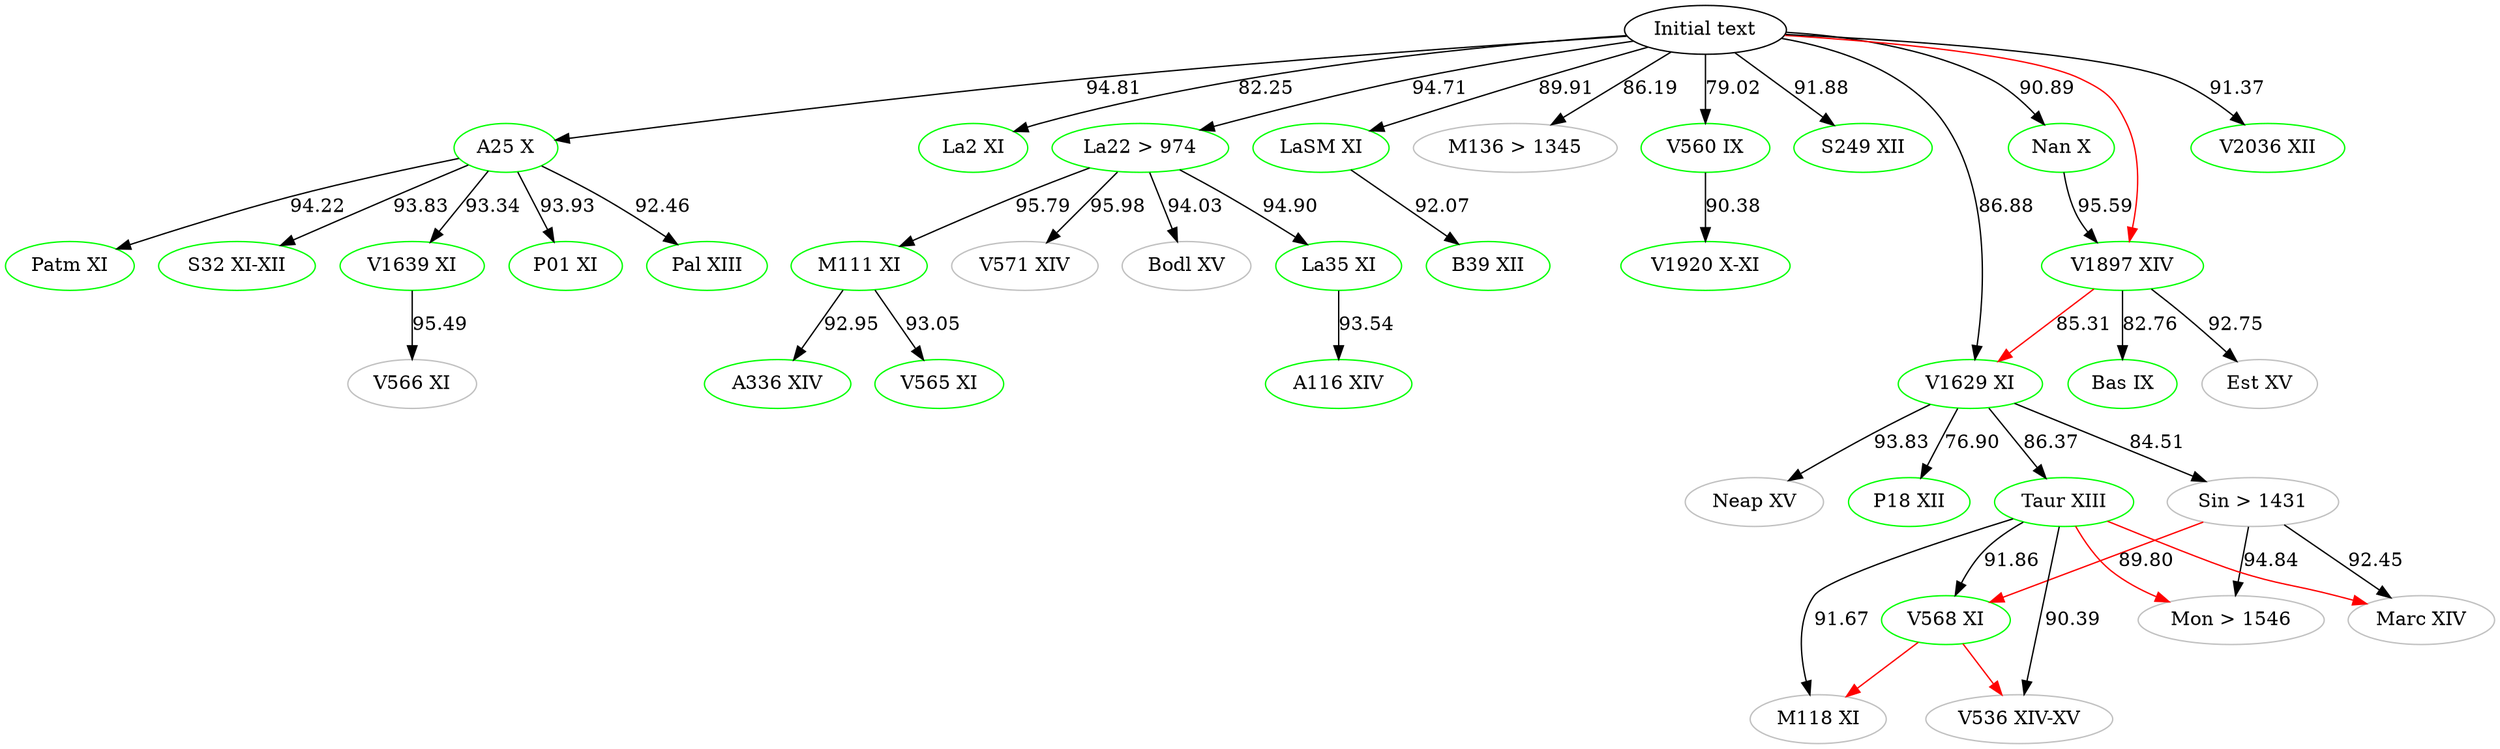
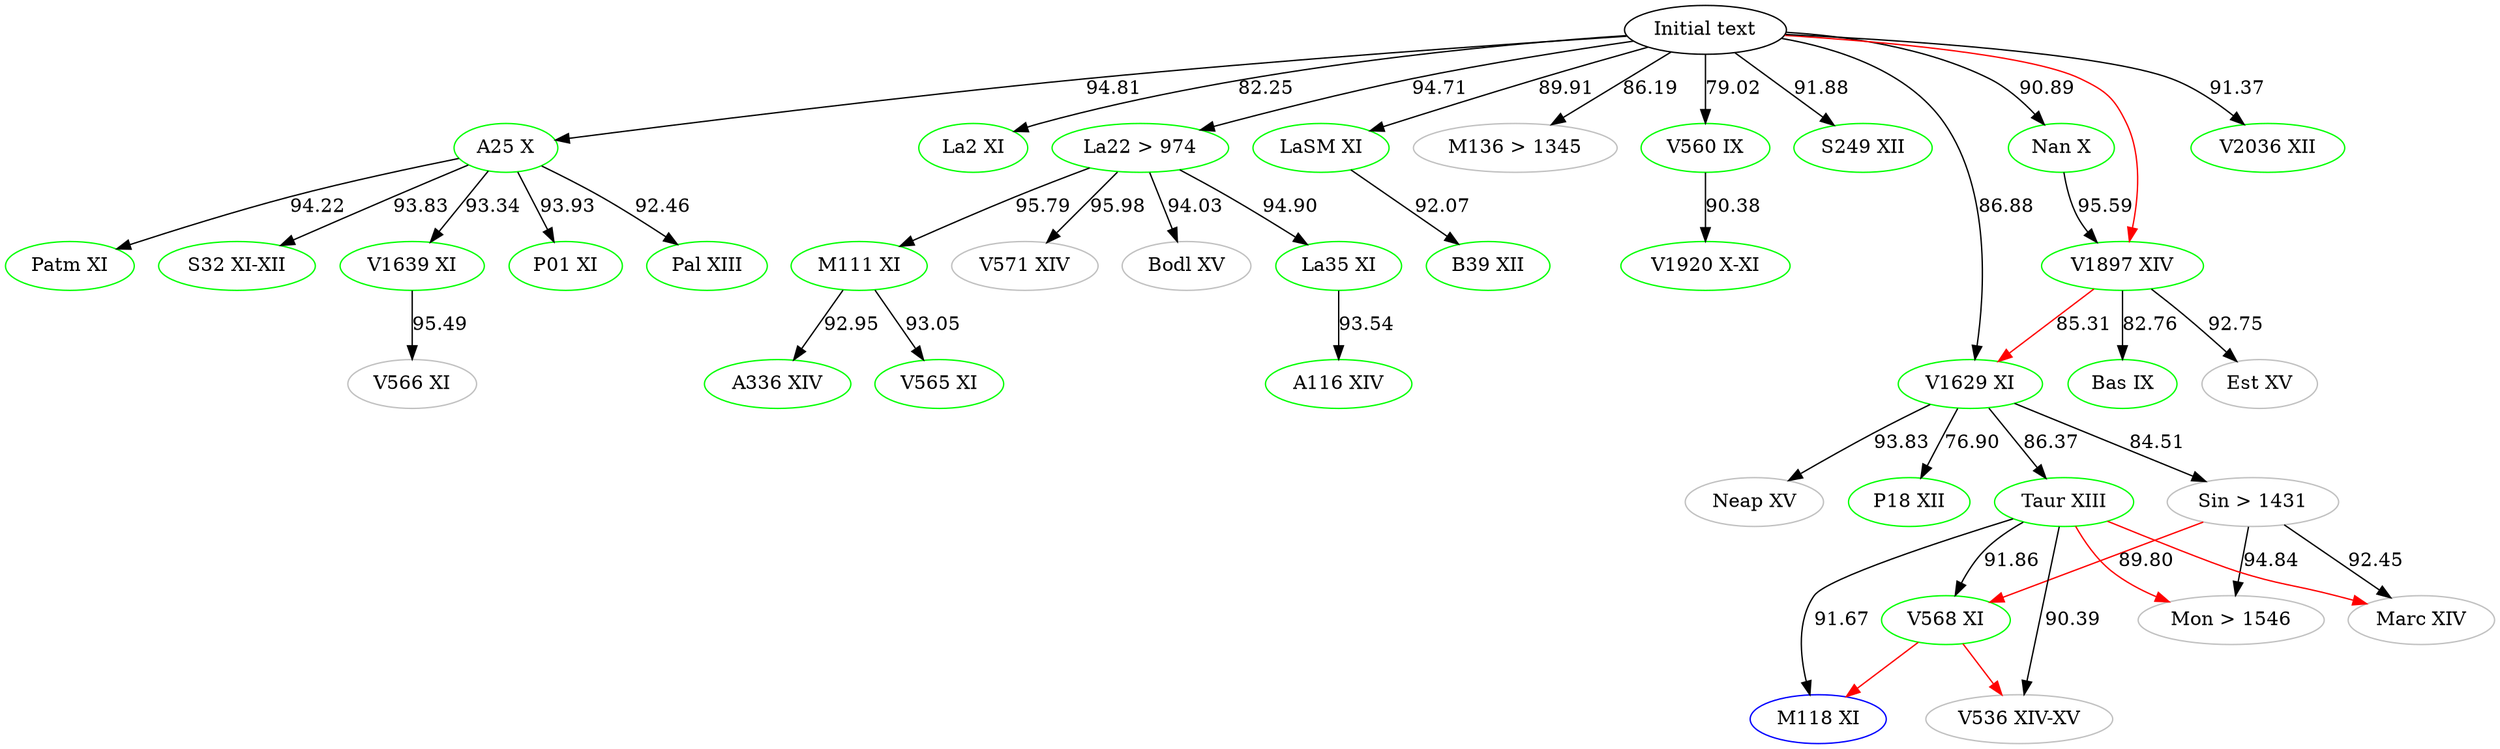
digraph {

    #Top [color="black", label="ω"]
    aBase [color="black", label="Initial text"]
    # Top [color="black", label="Initial text"]
	A116 [label="A116 XIV", color="green"]
	A25 [label="A25 X", color="green"]
	A336 [label="A336 XIV", color="green"]
	B39 [label="B39 XII", color="green"]
	Bas [label="Bas IX", color="green"]
	Bodl [label="Bodl XV", color="grey"]
	Est [label="Est XV", color="grey"]
	La2 [label="La2 XI", color="green"]
	La22 [label="La22 > 974", color="green"]
	La35 [label="La35 XI", color="green"]
	LaSM [label="LaSM XI", color="green"]
	M111 [label="M111 XI", color="green"]
-     M118 [label="M118 XI", color="grey"]
+     M118 [label="M118 XI", color="blue"]
    M136 [label="M136 > 1345", color="grey"]
    Marc [label="Marc XIV", color="grey"]
    Mon [label="Mon > 1546", color="grey"]
	Nan [label="Nan X", color="green"]
    Neap [label="Neap XV", color="grey"]
    P01 [label="P01 XI", color="green"]
    P18 [label="P18 XII", color="green"]
	Pal [label="Pal XIII", color="green"]
	Patm [label="Patm XI", color="green"]
    Sin [label="Sin > 1431", color="grey"]
	S32 [label="S32 XI-XII", color="green"]
    S249 [label="S249 XII", color="green"]
    Taur [label="Taur XIII", color="green"]
    V536 [label="V536 XIV-XV", color="grey"]
	V560 [label="V560 IX", color="green"]
	V565 [label="V565 XI", color="green"]
	V566 [label="V566 XI", color="grey"]
	V568 [label="V568 XI", color="green"]
	V571 [label="V571 XIV", color="grey"]
    V1629 [label="V1629 XI", color="green"]
	V1639 [label="V1639 XI", color="green"]
	V1897 [label="V1897 XIV", color="green"]
	V1920 [label="V1920 X-XI", color="green"]
    V2036 [label="V2036 XII", color="green"]




    #Top -> aBase
    aBase -> A25 [label="94.81"]
    aBase -> M136 [label="86.19"]
    aBase -> V2036 [label="91.37"]
    # V2036 -> Patm [label="91.14", color="blue"]
    aBase -> V1629 [label="86.88"]
    aBase -> V560[label="79.02"]
    aBase -> La2 [label="82.25"]
    aBase -> S249 [label="91.88"]
    aBase -> LaSM [label="89.91"]
	aBase -> La22 [label="94.71"]
    aBase -> Nan [label="90.89"]

	# A25 -> M136 [label="85.50"]
    # M136 -> A25 [label="85.50" color="blue"]
	A25 -> Pal [label="92.46"]
	A25 -> P01 [label="93.93"]
    A25 -> V1639 [label="93.34"]
    A25 -> S32 [label="93.83"]
    A25 -> Patm [label="94.22"]

    #A25 -> La2 [color="red"]
    #A25 -> V566[color="red"]
    #A25 -> LaSM[color="red"]
    #A25 -> La22[color="red"]
    #A25 -> M136[color="red"]
    #A25 -> Nan[color="red"]
    #A25 -> S249[color="red"]
    #A25 -> V2036[color="red"]

    #aBase -> P01 [color="red"]
    #aBase -> Pal [color="red"]
    #aBase -> Patm [color="red"]
    #aBase -> La35[color="red"]
    #aBase -> B39[color="red"]
    #aBase -> V1920[color="red"]
    aBase -> V1897[color="red"]
    #aBase -> Neap[color="red"]

    #Bodl -> V1639[color="red"]
    #Patm -> S32[color="red"]
    #Patm -> V560[color="red"]

    #La22 -> A116[color="red"]
    #La22 -> V565[color="red"]
    #La22 -> A336[color="red"]

    Taur -> Mon[color="red"]
    Taur -> Marc[color="red"]

    Sin -> V568[label="89.80" color="red"]

    V568 -> V536[color="red"]
    V568 -> M118[color="red"]

    #V571 -> Bodl[color="red"]
    #M111 -> V571[color="red"]
    #La35 -> M111[color="red"]
    V1897 -> V1629[label="85.31" color="red"]
    #Nan -> Bas[color="red"]
    #Nan -> Est[color="red"]
    #Neap -> Taur[color="red"]
    #Neap -> Sin[color="red"]
   #Neap -> P18[color="red"]




	V1639 -> V566 [label="95.49"]

	La22 -> La35 [label= "94.90"]
	La22 -> M111 [label="95.79"]
	La22 -> Bodl [label="94.03"]
    La22 -> V571 [label="95.98"]

	La35 -> A116 [label="93.54"]

	M111 -> V565 [label="93.05"]
	M111 -> A336 [label="92.95"]



	Sin -> Marc [label="92.45"]

	V1629 -> Neap [label="93.83"]
	V1629 -> Sin [label="84.51"]
	V1629 -> Taur [label="86.37"]
    V1629 -> P18 [label="76.90"]

	Taur -> V568 [label="91.86"]
	Taur -> M118 [label="91.67"]
	Taur -> V536 [label="90.39"]
    # Taur -> Marc [color="blue" label="91.96"]
    # Marc -> Mon [color="blue" label="94.12"]
	Sin -> Mon [label="94.84"]

	V560 -> V1920 [label="90.38"]

	V1897 -> Est [label="92.75"]
    V1897 -> Bas [label="82.76"]

    Nan -> V1897 [label="95.59"]



    LaSM -> B39 [label="92.07"]



}

